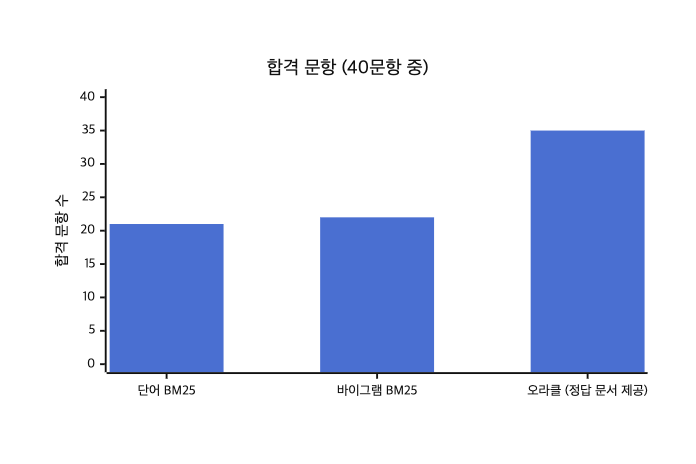
Above: 4-qa-playbook/img/06-result.png in ottoohan/career-portfolio (Mermaid), before the change. Its source is kept beside it as 4-qa-playbook/img/src/06-result.mmd. Source of this version:
```mermaid
%%{init: {"themeVariables": {"xyChart": {"plotColorPalette": "#4a6fd1"}}}}%%
xychart-beta
  title "합격 문항 (40문항 중)"
  x-axis ["단어 BM25", "바이그램 BM25", "오라클 (정답 문서 제공)"]
  y-axis "합격 문항 수" 0 --> 40
  bar [21, 22, 35]
```
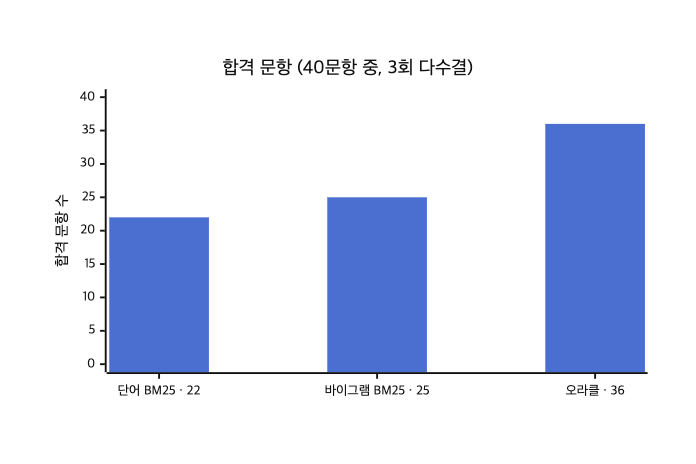
The same file after the commit.

What changed in the source:
```diff
@@ -1,6 +1,6 @@
 %%{init: {"themeVariables": {"xyChart": {"plotColorPalette": "#4a6fd1"}}}}%%
 xychart-beta
-  title "합격 문항 (40문항 중)"
-  x-axis ["단어 BM25", "바이그램 BM25", "오라클 (정답 문서 제공)"]
+  title "합격 문항 (40문항 중, 3회 다수결)"
+  x-axis ["단어 BM25 · 22", "바이그램 BM25 · 25", "오라클 · 36"]
   y-axis "합격 문항 수" 0 --> 40
-  bar [21, 22, 35]
+  bar [22, 25, 36]
```
